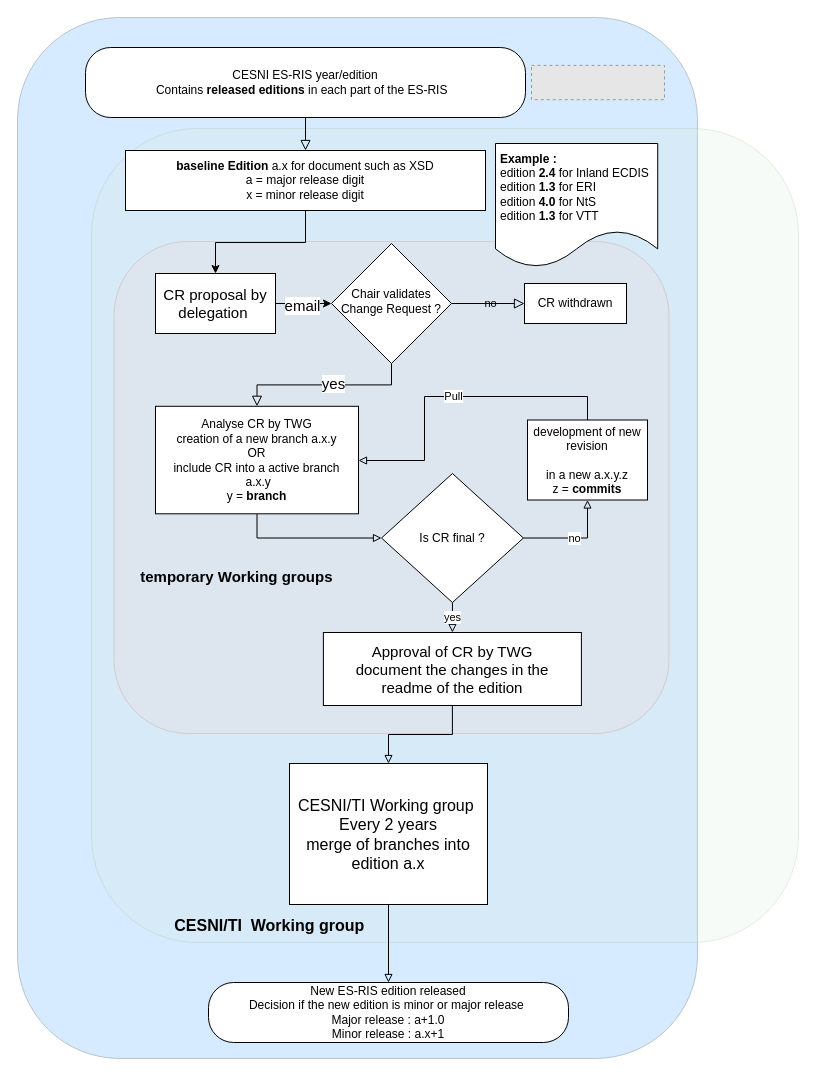
Earlier version of the draw.io diagram docs/RIS-versioning.drawio (cesniti/ris_public_files). Source tidied: cells renumbered, new cells numbered last; positions are measured from the earlier drawing's top-left corner, leaving out a move shared by most shapes. Both pictures are drawn from the tidied source at 100%, with x=0, y=0 at pixel (17, 17). Pictures stored in the file or linked from it are replaced by grey dashed boxes.
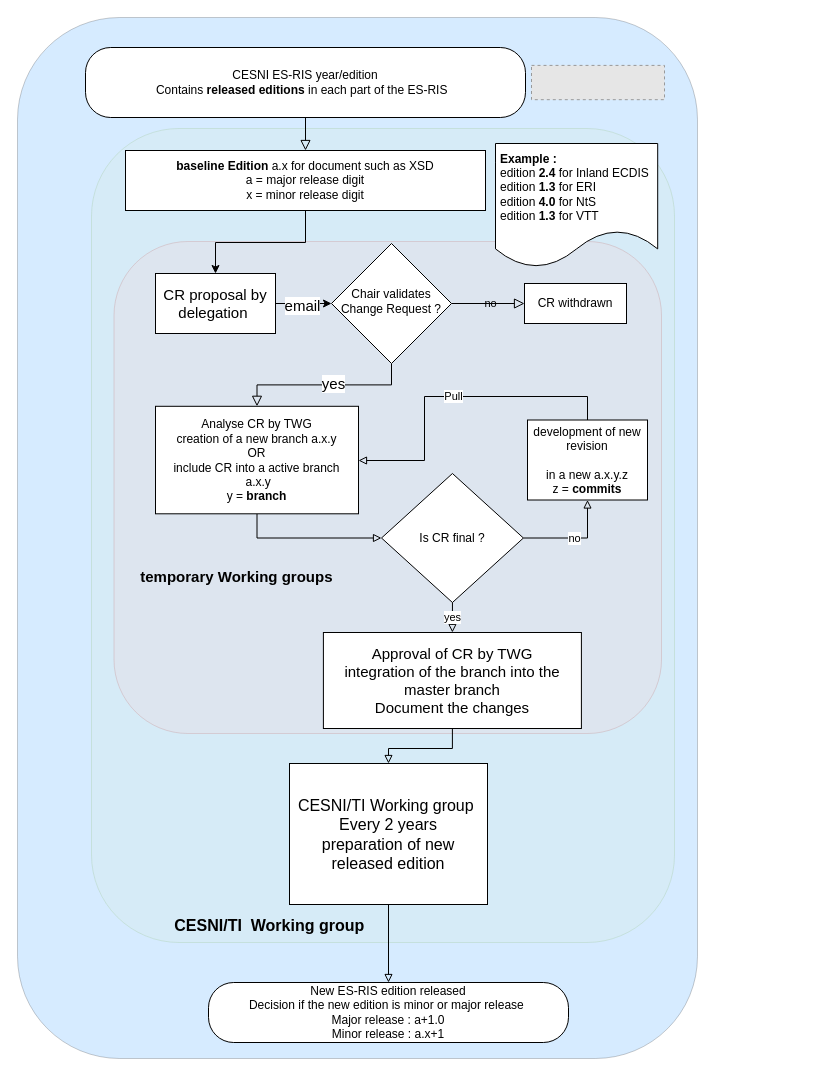
Above is the later version.

What changed in the source:
```diff
@@
     <mxCell id="3" style="rounded=1;whiteSpace=wrap;html=1;fillColor=#d5e8d4;opacity=20;strokeColor=#82b366;" parent="1" vertex="1">
-      <mxGeometry x="74" y="111" width="707" height="814" as="geometry" />
+      <mxGeometry x="74" y="111" width="583" height="814" as="geometry" />
     </mxCell>
     <mxCell id="4" style="rounded=1;whiteSpace=wrap;html=1;fillColor=#f8cecc;opacity=20;strokeColor=#b85450;" parent="1" vertex="1">
-      <mxGeometry x="96.5" y="224" width="555" height="492" as="geometry" />
+      <mxGeometry x="96.5" y="224" width="547.5" height="492" as="geometry" />
     </mxCell>
@@
-    <mxCell id="18" value="&lt;font style=&quot;font-size: 16px&quot;&gt;CESNI/TI&amp;nbsp;Working group&amp;nbsp;&lt;br&gt;Every 2 years &lt;br&gt;merge of branches into edition a.x&lt;/font&gt;" style="rounded=0;whiteSpace=wrap;html=1;" parent="1" vertex="1">
+    <mxCell id="18" value="&lt;font style=&quot;font-size: 16px&quot;&gt;CESNI/TI&amp;nbsp;Working group&amp;nbsp;&lt;br&gt;Every 2 years &lt;br&gt;preparation of new released edition&lt;/font&gt;" style="rounded=0;whiteSpace=wrap;html=1;" parent="1" vertex="1">
       <mxGeometry x="272" y="746" width="198" height="141" as="geometry" />
     </mxCell>
@@
-    <mxCell id="32" value="Approval of CR by TWG&lt;br&gt;document the changes in the readme&amp;nbsp;of the edition" style="rounded=0;whiteSpace=wrap;html=1;fontSize=15;" parent="1" vertex="1">
-      <mxGeometry x="305.9" y="615" width="258" height="73" as="geometry" />
+    <mxCell id="32" value="Approval of CR by TWG&lt;br&gt;integration of the branch into the master branch&lt;br&gt;Document the changes" style="rounded=0;whiteSpace=wrap;html=1;fontSize=15;" parent="1" vertex="1">
+      <mxGeometry x="305.9" y="615" width="258" height="96" as="geometry" />
     </mxCell>
```
